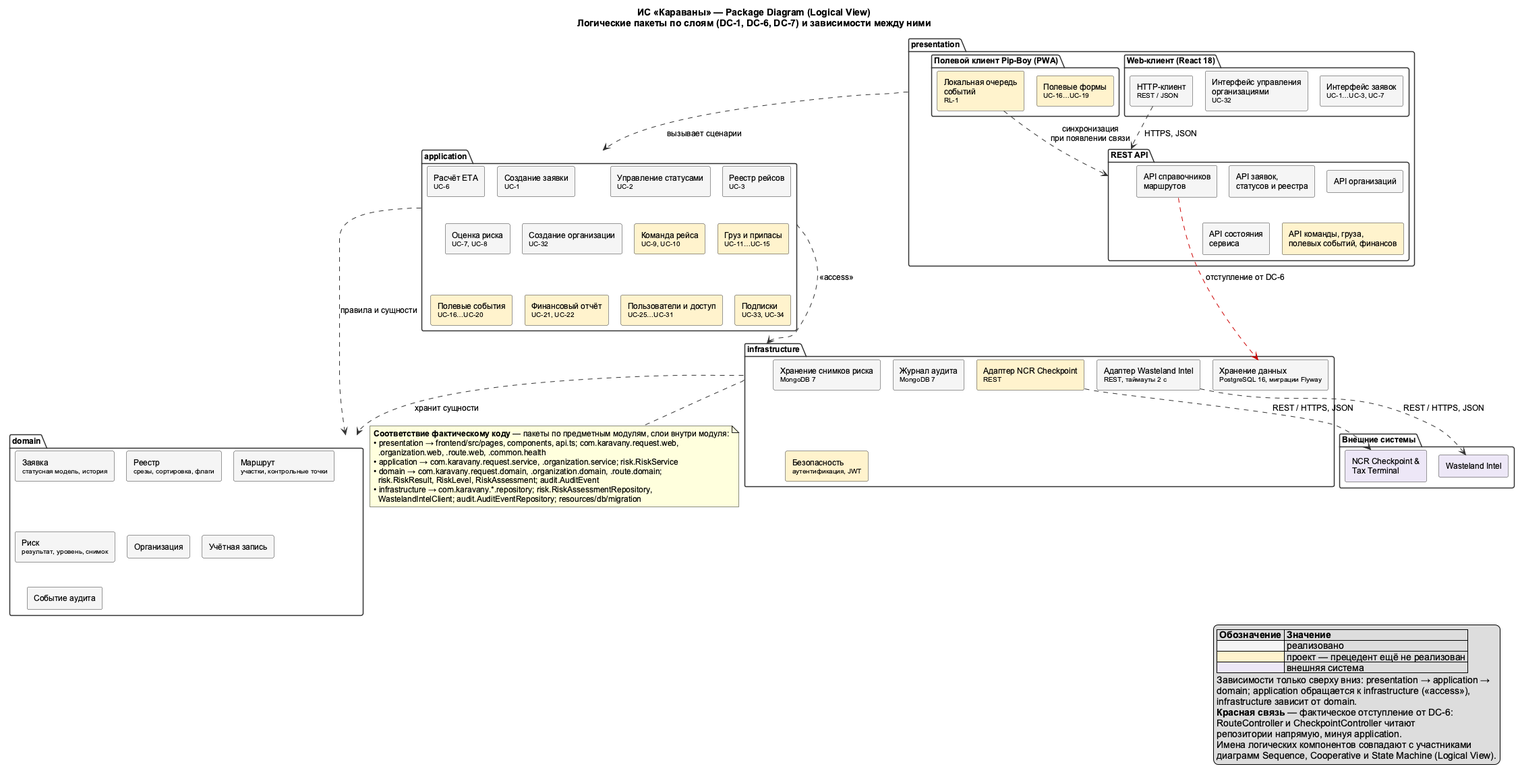
The PlantUML diagram docs/diagrams/out/PKG_LogicalView.png in granikartem/MPI, before a commit.
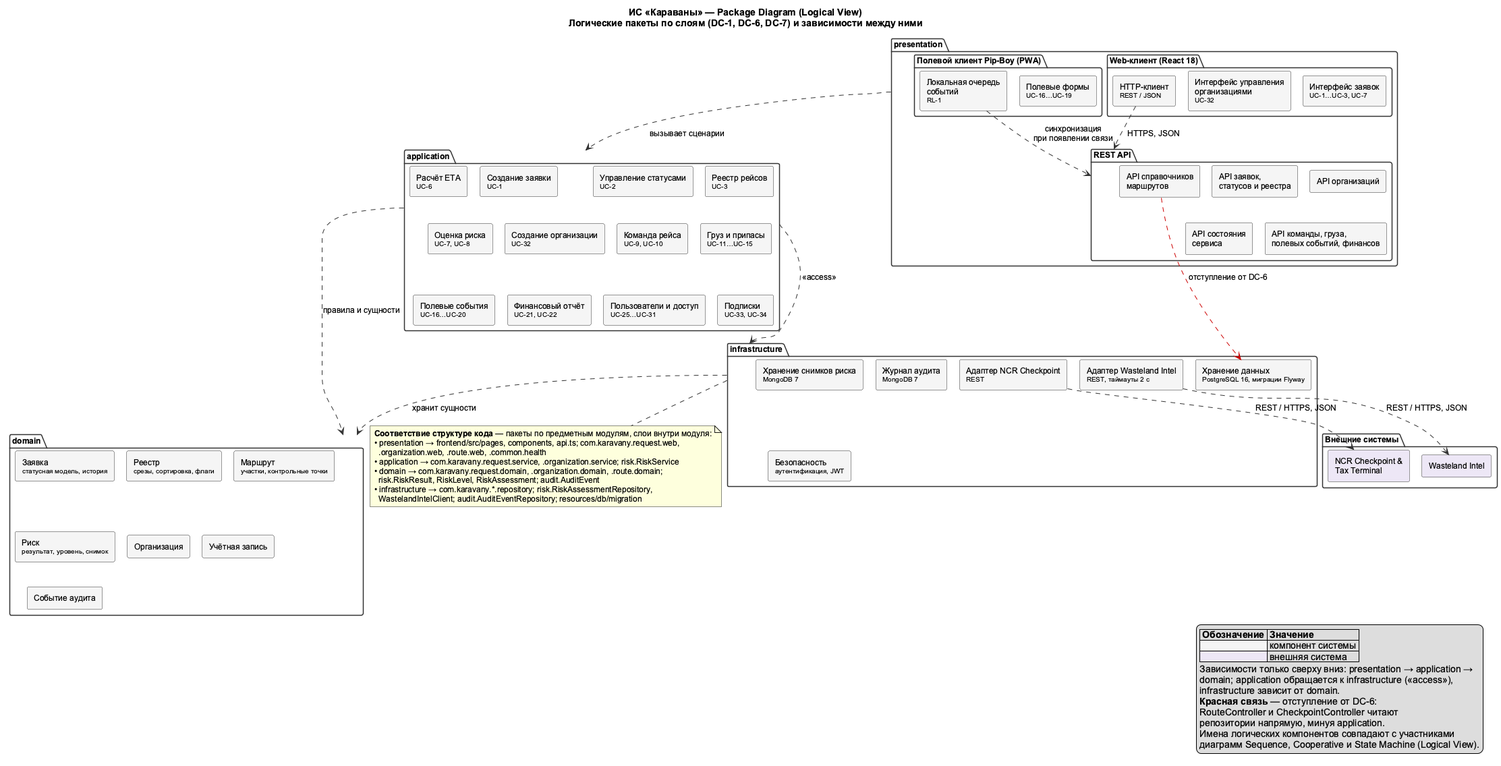
Above is the later version.

The edit, as a diff of the source:
```diff
@@ -22,15 +22,15 @@
     rectangle "HTTP-клиент\n<size:10>REST / JSON</size>" as P_HTTP
   }
   package "Полевой клиент Pip-Boy (PWA)" as pwa {
-    rectangle "Полевые формы\n<size:10>UC-16…UC-19</size>" as P_FIELD #FFF2CC
-    rectangle "Локальная очередь\nсобытий\n<size:10>RL-1</size>" as P_QUEUE #FFF2CC
+    rectangle "Полевые формы\n<size:10>UC-16…UC-19</size>" as P_FIELD
+    rectangle "Локальная очередь\nсобытий\n<size:10>RL-1</size>" as P_QUEUE
   }
   package "REST API" as restapi {
     rectangle "API заявок,\nстатусов и реестра" as P_API_REQ
     rectangle "API организаций" as P_API_ORG
     rectangle "API справочников\nмаршрутов" as P_API_REF
     rectangle "API состояния\nсервиса" as P_API_HEALTH
-    rectangle "API команды, груза,\nполевых событий, финансов" as P_API_NEXT #FFF2CC
+    rectangle "API команды, груза,\nполевых событий, финансов" as P_API_NEXT
   }
 }
 
@@ -41,12 +41,12 @@
   rectangle "Расчёт ETA\n<size:10>UC-6</size>" as A_ETA
   rectangle "Оценка риска\n<size:10>UC-7, UC-8</size>" as A_RISK
   rectangle "Создание организации\n<size:10>UC-32</size>" as A_ORG
-  rectangle "Команда рейса\n<size:10>UC-9, UC-10</size>" as A_CREW #FFF2CC
-  rectangle "Груз и припасы\n<size:10>UC-11…UC-15</size>" as A_CARGO #FFF2CC
-  rectangle "Полевые события\n<size:10>UC-16…UC-20</size>" as A_FIELD #FFF2CC
-  rectangle "Финансовый отчёт\n<size:10>UC-21, UC-22</size>" as A_FIN #FFF2CC
-  rectangle "Пользователи и доступ\n<size:10>UC-25…UC-31</size>" as A_USERS #FFF2CC
-  rectangle "Подписки\n<size:10>UC-33, UC-34</size>" as A_SUBS #FFF2CC
+  rectangle "Команда рейса\n<size:10>UC-9, UC-10</size>" as A_CREW
+  rectangle "Груз и припасы\n<size:10>UC-11…UC-15</size>" as A_CARGO
+  rectangle "Полевые события\n<size:10>UC-16…UC-20</size>" as A_FIELD
+  rectangle "Финансовый отчёт\n<size:10>UC-21, UC-22</size>" as A_FIN
+  rectangle "Пользователи и доступ\n<size:10>UC-25…UC-31</size>" as A_USERS
+  rectangle "Подписки\n<size:10>UC-33, UC-34</size>" as A_SUBS
 }
 
 package "domain" as domain {
@@ -64,8 +64,8 @@
   rectangle "Хранение снимков риска\n<size:10>MongoDB 7</size>" as I_RISK
   rectangle "Журнал аудита\n<size:10>MongoDB 7</size>" as I_AUDIT
   rectangle "Адаптер Wasteland Intel\n<size:10>REST, таймауты 2 с</size>" as I_WI
-  rectangle "Адаптер NCR Checkpoint\n<size:10>REST</size>" as I_NCR #FFF2CC
-  rectangle "Безопасность\n<size:10>аутентификация, JWT</size>" as I_SEC #FFF2CC
+  rectangle "Адаптер NCR Checkpoint\n<size:10>REST</size>" as I_NCR
+  rectangle "Безопасность\n<size:10>аутентификация, JWT</size>" as I_SEC
 }
 
 package "Внешние системы" as external {
@@ -81,10 +81,10 @@
 I_NCR ..> X_NCR : REST / HTTPS, JSON
 P_HTTP ..> restapi : HTTPS, JSON
 P_QUEUE ..> restapi : синхронизация\nпри появлении связи
-P_API_REF ..> I_PG #CC0000 : отступление от DC-6
+P_API_REF .[#CC0000].> I_PG : отступление от DC-6
 
 note bottom of infrastructure
-  **Соответствие фактическому коду** — пакеты по предметным модулям, слои внутри модуля:
+  **Соответствие структуре кода** — пакеты по предметным модулям, слои внутри модуля:
   • presentation → frontend/src/pages, components, api.ts; com.karavany.request.web,
     .organization.web, .route.web, .common.health
   • application → com.karavany.request.service, .organization.service; risk.RiskService
@@ -96,13 +96,12 @@
 
 legend right
   |= Обозначение |= Значение |
-  | <#F5F5F5> | реализовано |
-  | <#FFF2CC> | проект — прецедент ещё не реализован |
+  | <#F5F5F5> | компонент системы |
   | <#EDE7F6> | внешняя система |
   Зависимости только сверху вниз: presentation → application →
   domain; application обращается к infrastructure (<<access>>),
   infrastructure зависит от domain.
-  **Красная связь** — фактическое отступление от DC-6:
+  **Красная связь** — отступление от DC-6:
   RouteController и CheckpointController читают
   репозитории напрямую, минуя application.
   Имена логических компонентов совпадают с участниками
```
